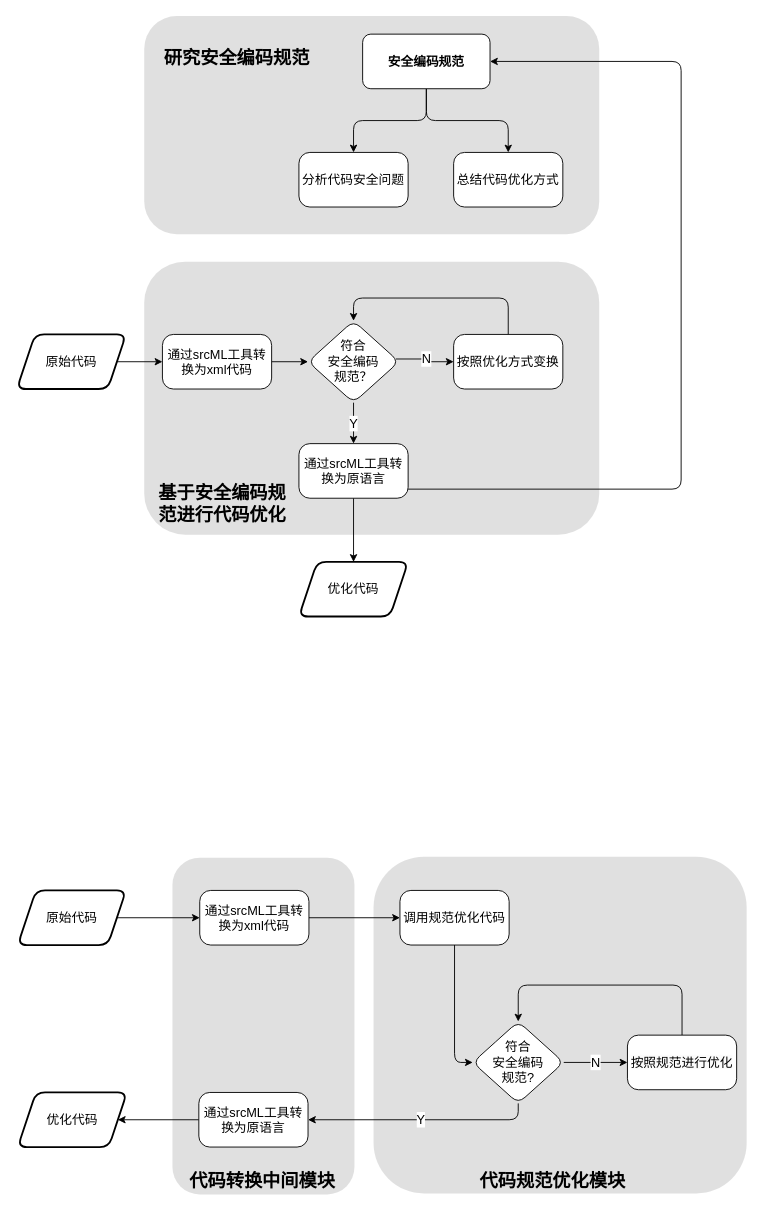
Earlier version of the draw.io diagram 未命名绘图.drawio (z5833999/C-3). Source tidied: cells renumbered, new cells numbered last; positions are measured from the earlier drawing's top-left corner, leaving out a move shared by most shapes. Both pictures are drawn from the tidied source at 91%, with x=0, y=0 at pixel (16, 15).
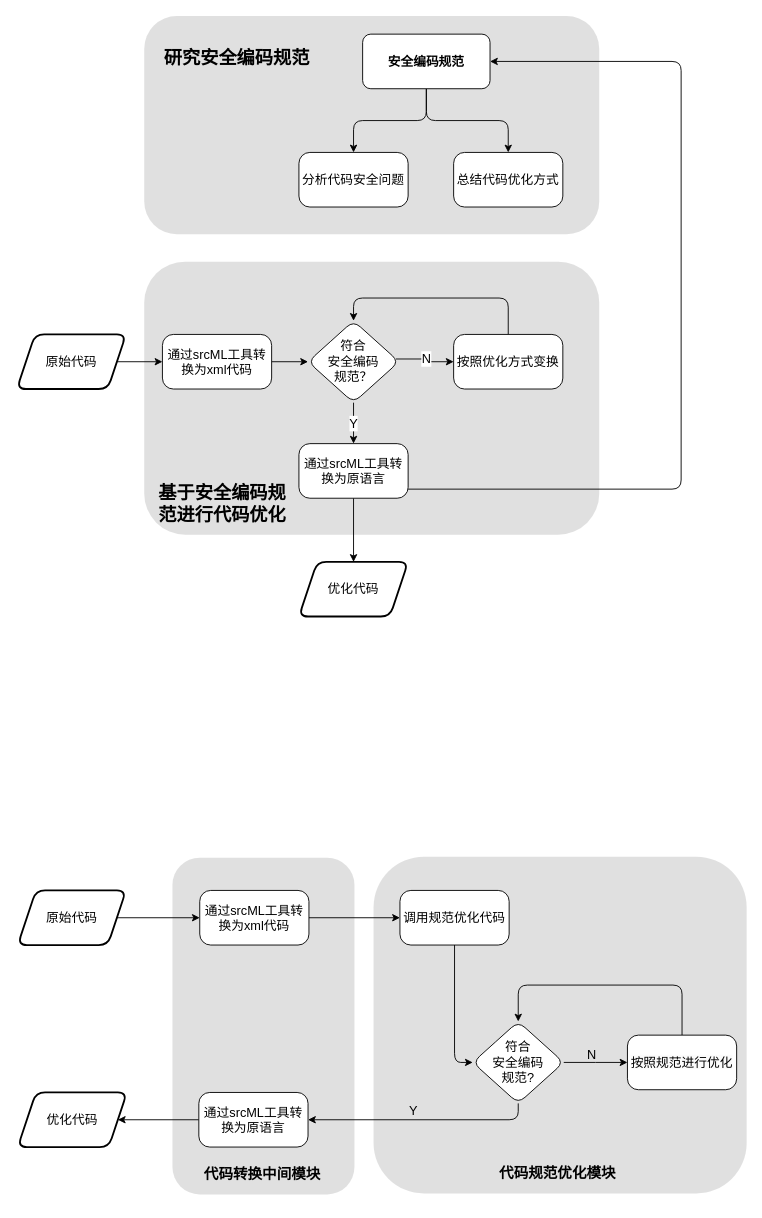
The same diagram, later.

Commit message:
更新未命名绘图.drawio

The change refers to these unchanged cells:
```xml
<mxCell id="31" value="符合&lt;br style=&quot;font-size: 14px;&quot;&gt;&lt;font&gt;安全编码&lt;br&gt;规范?&lt;/font&gt;" style="rhombus;whiteSpace=wrap;html=1;fontFamily=Helvetica;arcSize=20;rounded=1;fontSize=14;" parent="1" vertex="1">
  <mxGeometry x="501" y="1105" width="100" height="90" as="geometry" />
</mxCell>
<mxCell id="33" value="通过srcML工具转换为原语言" style="whiteSpace=wrap;html=1;fontFamily=Helvetica;arcSize=20;rounded=1;fontSize=14;" parent="1" vertex="1">
  <mxGeometry x="200" y="1183" width="120" height="60" as="geometry" />
</mxCell>
<mxCell id="41" value="&lt;span style=&quot;color: rgb(0, 0, 0); font-family: Helvetica; font-size: 14px; font-style: normal; font-variant-ligatures: normal; font-variant-caps: normal; font-weight: 400; letter-spacing: normal; orphans: 2; text-align: center; text-indent: 0px; text-transform: none; widows: 2; word-spacing: 0px; -webkit-text-stroke-width: 0px; background-color: rgb(251, 251, 251); text-decoration-thickness: initial; text-decoration-style: initial; text-decoration-color: initial; float: none; display: inline !important;&quot;&gt;按照规范进行优化&lt;/span&gt;" style="whiteSpace=wrap;html=1;fontSize=14;arcSize=20;rounded=1;" parent="1" vertex="1">
  <mxGeometry x="671" y="1120" width="120" height="60" as="geometry" />
</mxCell>
```

The edit, as a diff of the source:
```diff
@@
+    <mxCell id="30" style="edgeStyle=orthogonalEdgeStyle;rounded=0;jettySize=auto;fontSize=14;" parent="1" edge="1" source="31" target="41">
+      <mxGeometry relative="1" as="geometry">
+        <Array as="points">
+          <mxPoint x="636" y="1150" />
+          <mxPoint x="636" y="1150" />
+        </Array>
+      </mxGeometry>
+    </mxCell>
-    <mxCell id="29" value="Y" style="edgeStyle=orthogonalEdgeStyle;rounded=1;jettySize=auto;html=1;entryX=1;entryY=0.5;entryDx=0;entryDy=0;fontSize=14;" parent="1" edge="1" source="31" target="33">
+    <mxCell id="29" style="edgeStyle=orthogonalEdgeStyle;rounded=1;jettySize=auto;html=1;entryX=1;entryY=0.5;entryDx=0;entryDy=0;fontSize=14;" parent="1" edge="1" source="31" target="33">
       <mxGeometry relative="1" as="geometry">
         <Array as="points">
           <mxPoint x="551" y="1213" />
         </Array>
       </mxGeometry>
     </mxCell>
-    <mxCell id="30" value="N" style="edgeStyle=orthogonalEdgeStyle;rounded=0;jettySize=auto;html=1;fontSize=14;" parent="1" edge="1" source="31" target="41">
-      <mxGeometry relative="1" as="geometry" />
-    </mxCell>
@@
-    <mxCell id="35" value="&lt;font style=&quot;font-size: 20px;&quot;&gt;代码转换中间模块&lt;/font&gt;" style="text;html=1;strokeColor=none;fillColor=none;align=center;verticalAlign=middle;whiteSpace=wrap;rounded=0;strokeWidth=2;fontSize=20;fontStyle=1;" parent="1" vertex="1">
-      <mxGeometry x="182" y="1264" width="176" height="30" as="geometry" />
+    <mxCell id="35" value="&lt;font style=&quot;font-size: 16px;&quot;&gt;代码转换中间模块&lt;/font&gt;" style="text;html=1;strokeColor=none;fillColor=none;align=center;verticalAlign=middle;whiteSpace=wrap;rounded=0;strokeWidth=2;fontSize=20;fontStyle=1;" parent="1" vertex="1">
+      <mxGeometry x="182" y="1256" width="176" height="30" as="geometry" />
     </mxCell>
@@
-    <mxCell id="42" value="&lt;font style=&quot;font-size: 20px;&quot;&gt;&lt;b style=&quot;font-size: 20px;&quot;&gt;&lt;span style=&quot;font-size: 20px; line-height: 150%;&quot;&gt;代码规范优化模块&lt;/span&gt;&lt;/b&gt;&lt;/font&gt;" style="text;html=1;strokeColor=none;fillColor=none;align=center;verticalAlign=middle;whiteSpace=wrap;rounded=0;strokeWidth=2;fontSize=20;fontStyle=1;" parent="1" vertex="1">
-      <mxGeometry x="492" y="1254" width="194" height="50" as="geometry" />
+    <mxCell id="42" value="&lt;font size=&quot;1&quot; style=&quot;&quot;&gt;&lt;b style=&quot;&quot;&gt;&lt;span style=&quot;line-height: 150%; font-size: 16px;&quot;&gt;代码规范优化模块&lt;/span&gt;&lt;/b&gt;&lt;/font&gt;" style="text;html=1;strokeColor=none;fillColor=none;align=center;verticalAlign=middle;whiteSpace=wrap;rounded=0;strokeWidth=2;fontSize=20;fontStyle=1;" parent="1" vertex="1">
+      <mxGeometry x="512" y="1253" width="165" height="33" as="geometry" />
     </mxCell>
+    <mxCell id="43" value="&lt;font style=&quot;font-size: 14px;&quot;&gt;Y&lt;/font&gt;" style="text;html=1;strokeColor=none;fillColor=none;align=center;verticalAlign=middle;whiteSpace=wrap;rounded=0;" parent="1" vertex="1">
+      <mxGeometry x="406" y="1188" width="60" height="30" as="geometry" />
+    </mxCell>
+    <mxCell id="44" value="&lt;span style=&quot;font-size: 14px;&quot;&gt;N&lt;br&gt;&lt;/span&gt;" style="text;html=1;strokeColor=none;fillColor=none;align=center;verticalAlign=middle;whiteSpace=wrap;rounded=0;" parent="1" vertex="1">
+      <mxGeometry x="602" y="1127" width="60" height="30" as="geometry" />
+    </mxCell>
```
